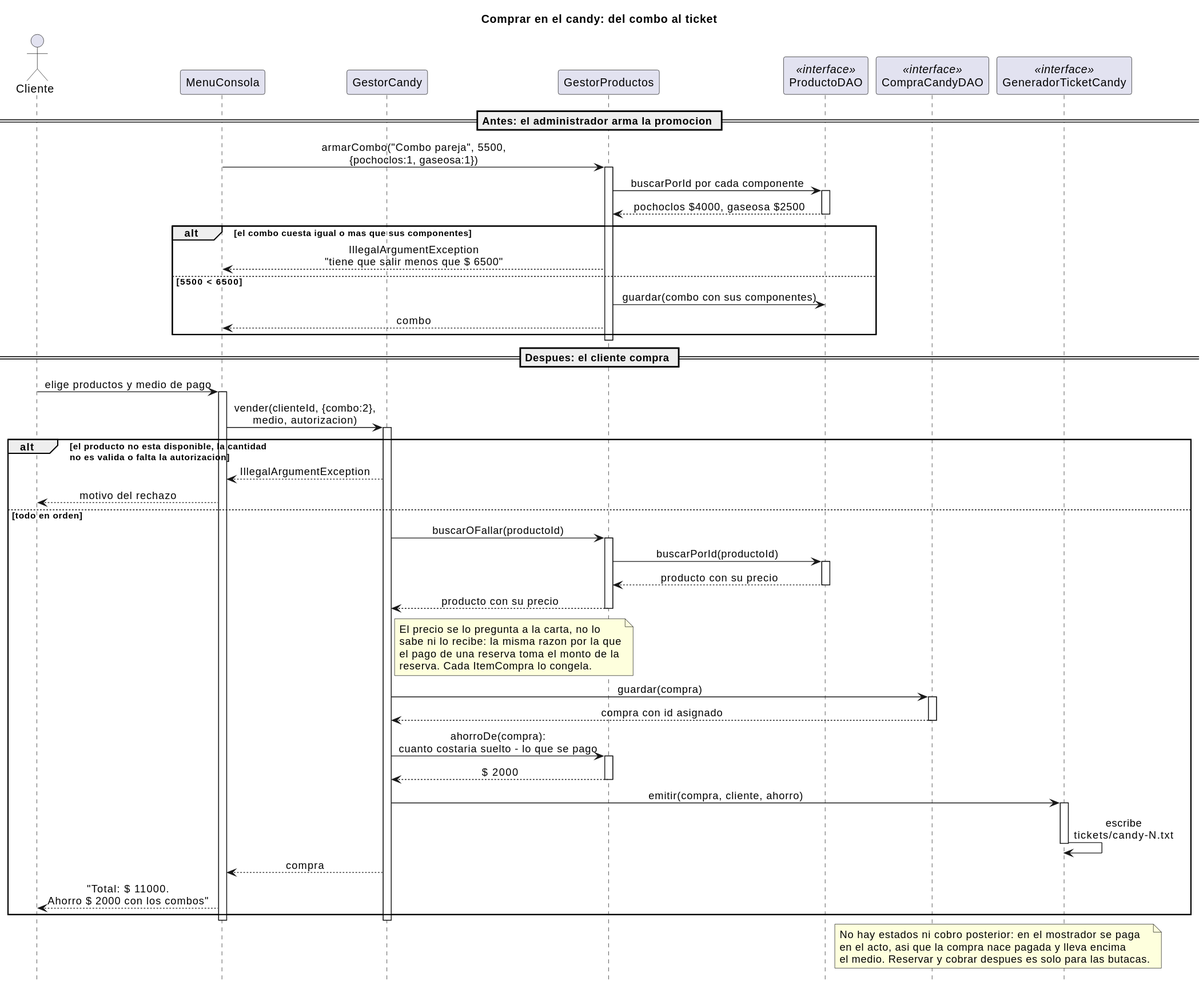
This is cine-backend/docs/diagramas/secuencia-candy.svg from andreiveisuade/cine-uade, a PlantUML export, as it was before one commit.
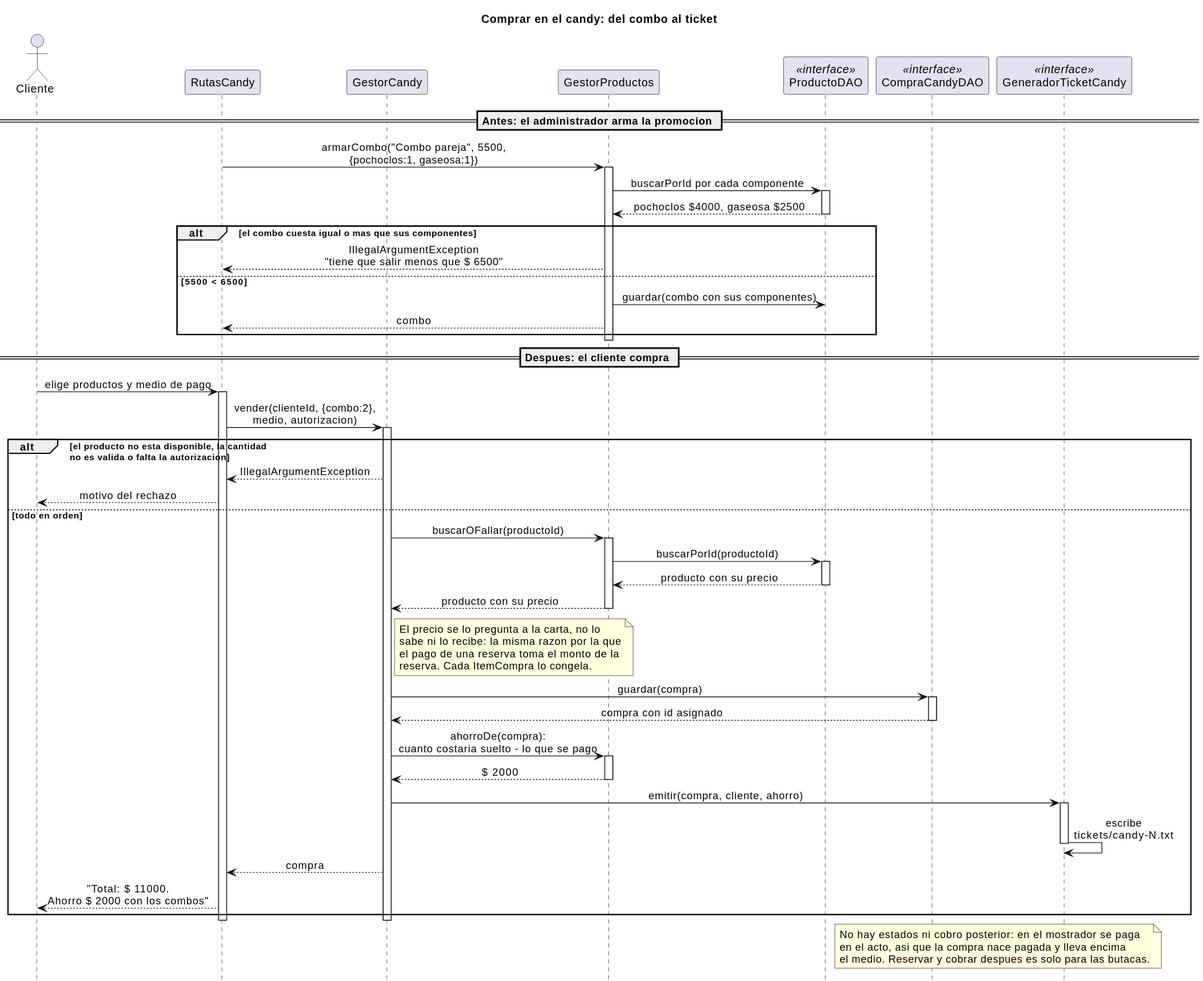
Later version of the same file.

Change to the diagram source:
```diff
@@ -5,7 +5,7 @@
 hide footbox
 
 actor Cliente
-participant "MenuConsola" as UI
+participant "RutasCandy" as UI
 participant "GestorCandy" as Gestor
 participant "GestorProductos" as Carta
 participant "ProductoDAO" as Productos <<interface>>
```
